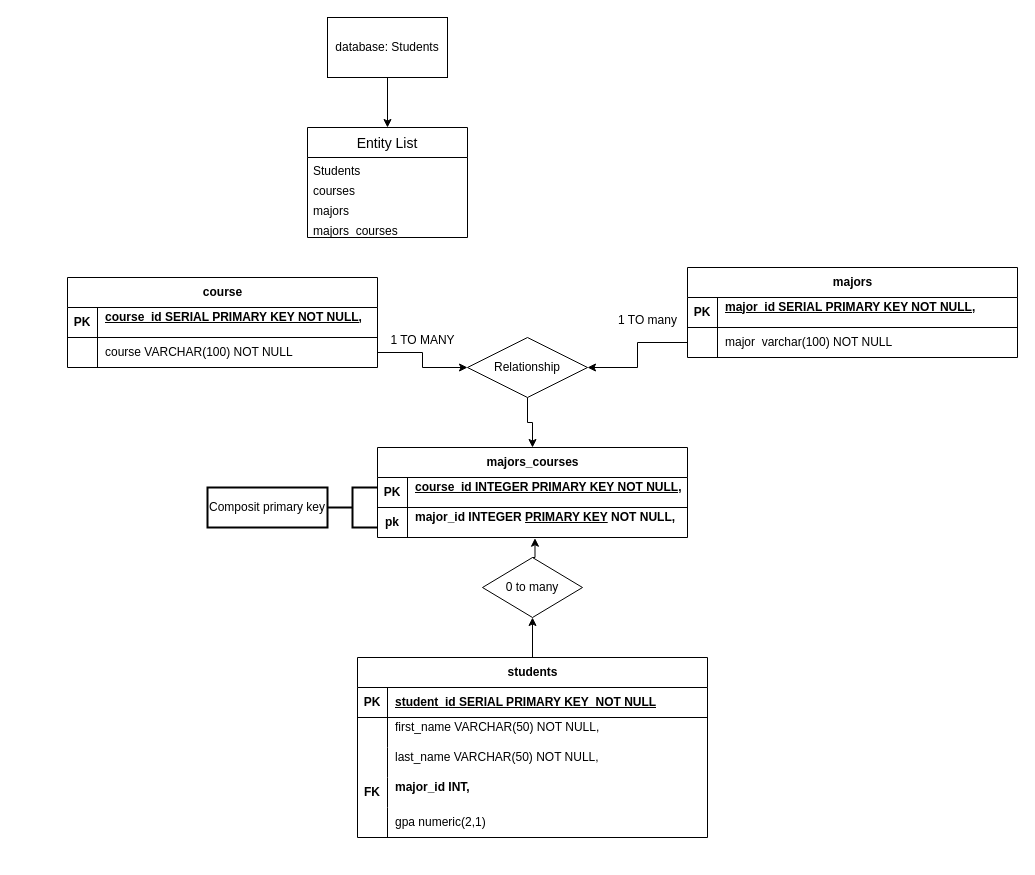
The draw.io diagram sqlDatabaseP1&P2/Untitled Diagram.drawio in zishan344/free_code_camp_relitonal_database, before the edit. Source tidied: cells renumbered, new cells numbered last; positions are measured from the earlier drawing's top-left corner, leaving out a move shared by most shapes. Both pictures are drawn from the tidied source at 100%, with x=0, y=0 at pixel (67, 17).
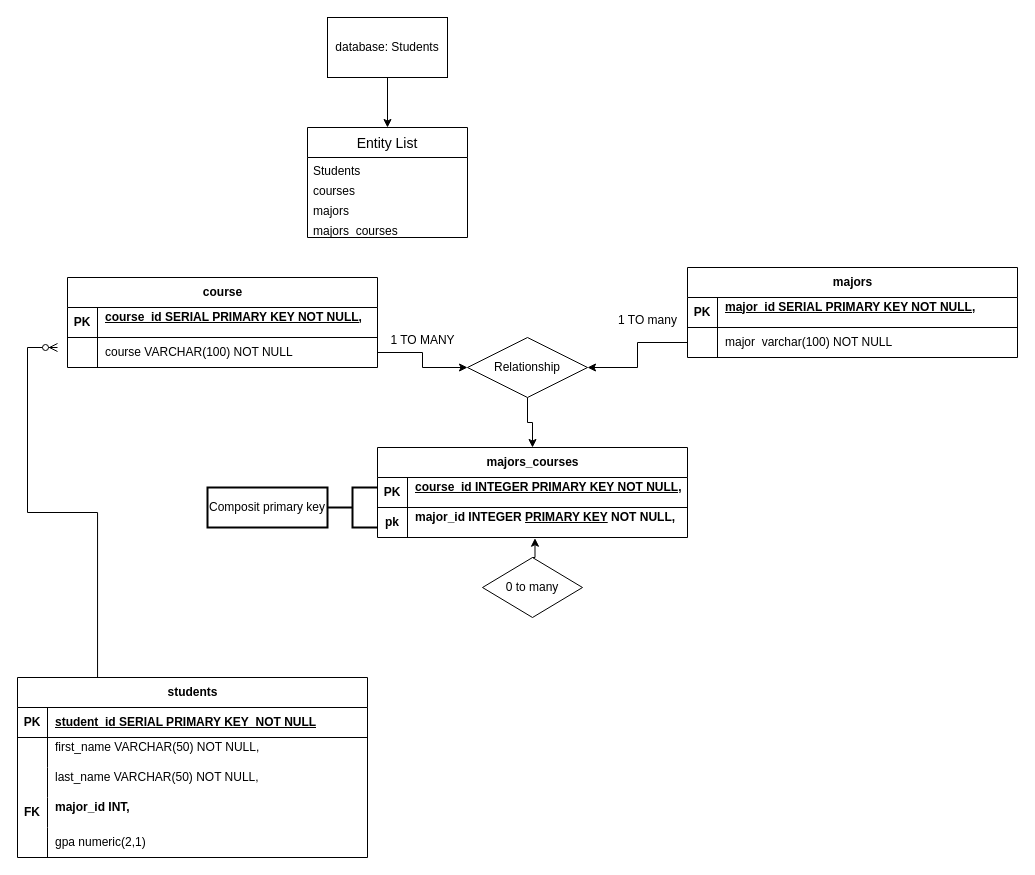
The same page after the edit.

Commit message:
change student's reltions

The change refers to these unchanged cells:
```xml
<mxCell id="57" value="0 to many" style="shape=rhombus;perimeter=rhombusPerimeter;whiteSpace=wrap;html=1;align=center;" parent="1" vertex="1">
  <mxGeometry x="415" y="540" width="100" height="60" as="geometry" />
</mxCell>
```

The edit, as a diff of the source:
```diff
@@
-    <mxCell id="9" style="edgeStyle=orthogonalEdgeStyle;rounded=0;jettySize=auto;html=1;entryX=0.5;entryY=1;entryDx=0;entryDy=0;" parent="1" edge="1" source="10" target="57">
-      <mxGeometry relative="1" as="geometry" />
-    </mxCell>
     <mxCell id="10" value="students" style="shape=table;startSize=30;childLayout=tableLayout;rowLines=0;fontStyle=1;align=center;html=1;" parent="1" vertex="1">
-      <mxGeometry x="290" y="640" width="350" height="180" as="geometry" />
+      <mxGeometry x="-50" y="660" width="350" height="180" as="geometry" />
     </mxCell>
@@
+    <mxCell id="59" style="edgeStyle=entityRelationEdgeStyle;fontSize=12;html=1;endArrow=ERzeroToMany;endFill=1;rounded=0;exitX=0.143;exitY=0;exitDx=0;exitDy=0;exitPerimeter=0;" parent="1" edge="1" source="10">
+      <mxGeometry relative="1" as="geometry">
+        <mxPoint x="-10" y="330" as="targetPoint" />
+        <Array as="points">
+          <mxPoint x="30" y="650" />
+          <mxPoint x="120" y="600" />
+          <mxPoint x="120" y="580" />
+        </Array>
+      </mxGeometry>
+    </mxCell>
```
